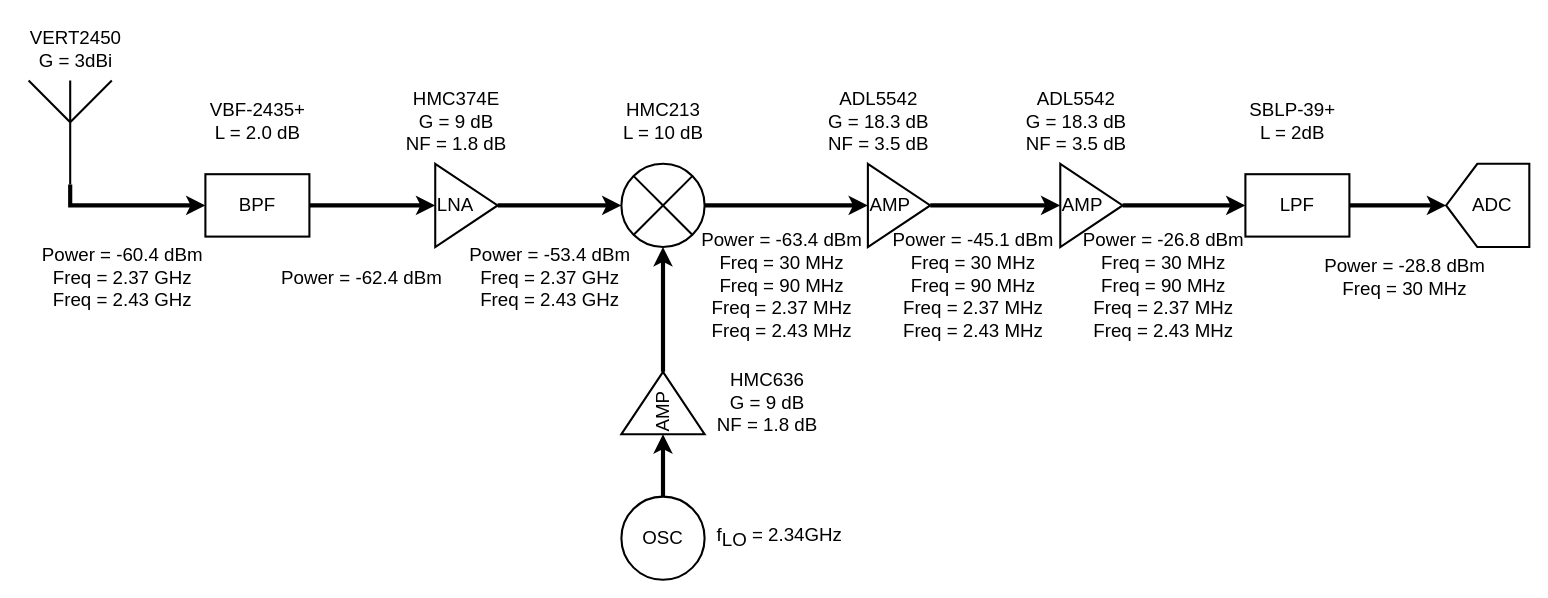
Before: Receiver.drawio in chenbin234/MCC125-Wireless-link-project, a draw.io diagram. Source tidied: cells renumbered, new cells numbered last; positions are measured from the earlier drawing's top-left corner, leaving out a move shared by most shapes. Both pictures are drawn from the tidied source at 104%, with x=0, y=0 at pixel (18, 18).
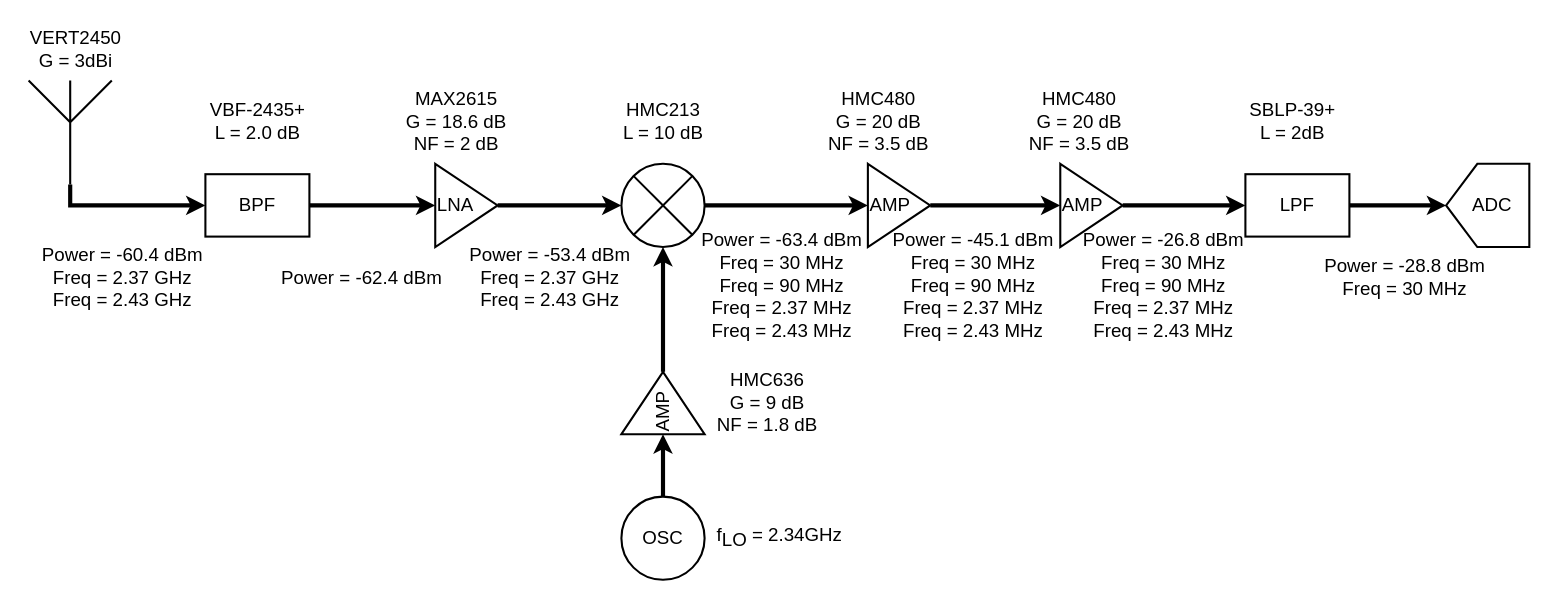
The same diagram, later.

Change to the diagram source:
```diff
@@
-    <mxCell id="21" value="&lt;font style=&quot;font-size: 18px;&quot;&gt;HMC374E&lt;br style=&quot;font-size: 18px;&quot;&gt;G = 9 dB&lt;br style=&quot;font-size: 18px;&quot;&gt;NF = 1.8 dB&lt;br style=&quot;font-size: 18px;&quot;&gt;&lt;/font&gt;" style="text;html=1;align=center;verticalAlign=middle;strokeColor=none;fillColor=none;fontSize=18;" parent="1" vertex="1">
+    <mxCell id="21" value="&lt;font style=&quot;font-size: 18px;&quot;&gt;MAX2615&lt;br style=&quot;font-size: 18px;&quot;&gt;G = 18.6 dB&lt;br style=&quot;font-size: 18px;&quot;&gt;NF = 2 dB&lt;br style=&quot;font-size: 18px;&quot;&gt;&lt;/font&gt;" style="text;html=1;align=center;verticalAlign=middle;strokeColor=none;fillColor=none;fontSize=18;" parent="1" vertex="1">
       <mxGeometry x="361" y="60" width="120" height="80" as="geometry" />
     </mxCell>
@@
-    <mxCell id="30" value="ADL5542&lt;br style=&quot;font-size: 18px;&quot;&gt;G = 18.3 dB&lt;br style=&quot;font-size: 18px;&quot;&gt;NF = 3.5 dB" style="text;html=1;align=center;verticalAlign=middle;strokeColor=none;fillColor=none;fontSize=18;" parent="1" vertex="1">
+    <mxCell id="30" value="HMC480&lt;br style=&quot;font-size: 18px;&quot;&gt;G = 20 dB&lt;br style=&quot;font-size: 18px;&quot;&gt;NF = 3.5 dB" style="text;html=1;align=center;verticalAlign=middle;strokeColor=none;fillColor=none;fontSize=18;" parent="1" vertex="1">
       <mxGeometry x="767" y="60" width="120" height="80" as="geometry" />
     </mxCell>
-    <mxCell id="31" value="ADL5542&lt;br style=&quot;font-size: 18px;&quot;&gt;G = 18.3 dB&lt;br style=&quot;font-size: 18px;&quot;&gt;NF = 3.5 dB" style="text;html=1;align=center;verticalAlign=middle;strokeColor=none;fillColor=none;fontSize=18;" parent="1" vertex="1">
-      <mxGeometry x="957" y="60" width="120" height="80" as="geometry" />
-    </mxCell>
@@
+    <mxCell id="37" value="HMC480&lt;br style=&quot;font-size: 18px;&quot;&gt;G = 20 dB&lt;br style=&quot;font-size: 18px;&quot;&gt;NF = 3.5 dB" style="text;html=1;align=center;verticalAlign=middle;strokeColor=none;fillColor=none;fontSize=18;" parent="1" vertex="1">
+      <mxGeometry x="960" y="60" width="120" height="80" as="geometry" />
+    </mxCell>
```
